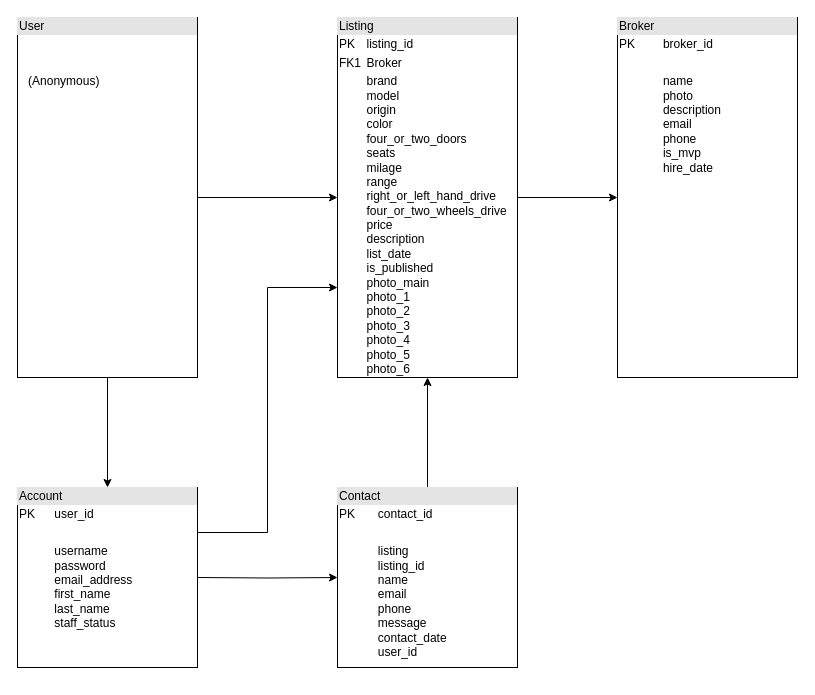
frankmok/PRJT keeps this draw.io diagram as uml/bcec.drawio. Above is the earlier version. Source tidied: cells renumbered, new cells numbered last; positions are measured from the earlier drawing's top-left corner, leaving out a move shared by most shapes. Both pictures are drawn from the tidied source at 100%, with x=0, y=0 at pixel (17, 17).
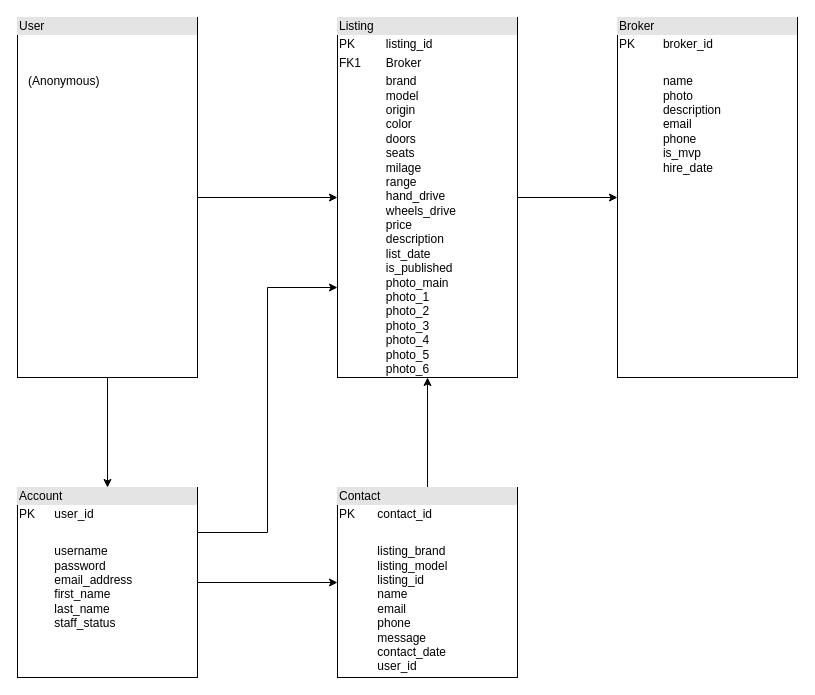
The same diagram, later.

Change to the diagram source:
```diff
@@
 <mxGraphModel>
   <root>
     <mxCell id="0" />
     <mxCell id="1" parent="0" />
     <mxCell id="2" style="edgeStyle=orthogonalEdgeStyle;rounded=0;jettySize=auto;html=1;exitX=1;exitY=0.5;exitDx=0;exitDy=0;entryX=0;entryY=0.5;entryDx=0;entryDy=0;" parent="1" edge="1" source="3" target="5">
       <mxGeometry relative="1" as="geometry" />
     </mxCell>
     <mxCell id="3" value="&lt;div style=&quot;box-sizing:border-box;width:100%;background:#e4e4e4;padding:2px;&quot;&gt;User&lt;/div&gt;&lt;table style=&quot;width:100%;font-size:1em;&quot; cellpadding=&quot;2&quot; cellspacing=&quot;0&quot;&gt;&lt;tbody&gt;&lt;tr&gt;&lt;td&gt;&lt;br&gt;&lt;/td&gt;&lt;td&gt;&lt;br&gt;&lt;/td&gt;&lt;/tr&gt;&lt;tr&gt;&lt;td&gt;&lt;br&gt;&lt;/td&gt;&lt;td&gt;&lt;br&gt;&lt;/td&gt;&lt;/tr&gt;&lt;tr&gt;&lt;td&gt;&lt;/td&gt;&lt;td&gt;(Anonymous)&lt;/td&gt;&lt;/tr&gt;&lt;/tbody&gt;&lt;/table&gt;" style="verticalAlign=top;align=left;overflow=fill;html=1;whiteSpace=wrap;" parent="1" vertex="1">
       <mxGeometry width="180" height="360" as="geometry" />
     </mxCell>
     <mxCell id="4" style="edgeStyle=orthogonalEdgeStyle;rounded=0;jettySize=auto;html=1;entryX=0;entryY=0.5;entryDx=0;entryDy=0;" parent="1" edge="1" source="5" target="8">
       <mxGeometry relative="1" as="geometry" />
     </mxCell>
-    <mxCell id="5" value="&lt;div style=&quot;box-sizing:border-box;width:100%;background:#e4e4e4;padding:2px;&quot;&gt;Listing&lt;/div&gt;&lt;table style=&quot;width:100%;font-size:1em;&quot; cellpadding=&quot;2&quot; cellspacing=&quot;0&quot;&gt;&lt;tbody&gt;&lt;tr&gt;&lt;td&gt;PK&lt;/td&gt;&lt;td&gt;listing_id&lt;/td&gt;&lt;/tr&gt;&lt;tr&gt;&lt;td&gt;FK1&lt;/td&gt;&lt;td&gt;Broker&lt;/td&gt;&lt;/tr&gt;&lt;tr&gt;&lt;td&gt;&lt;/td&gt;&lt;td&gt;brand&lt;br&gt;model&lt;br&gt;origin&lt;br&gt;color&lt;br&gt;four_or_two_doors&lt;br&gt;seats&lt;br&gt;milage&lt;br&gt;range&lt;br&gt;right_or_left_hand_drive&lt;br&gt;four_or_two_wheels_drive&lt;br&gt;price&lt;br&gt;description&lt;br&gt;list_date&lt;br&gt;is_published&lt;br&gt;photo_main&lt;br&gt;photo_1&lt;br&gt;photo_2&lt;br&gt;photo_3&lt;br&gt;photo_4&lt;br&gt;photo_5&lt;br&gt;photo_6&lt;/td&gt;&lt;/tr&gt;&lt;/tbody&gt;&lt;/table&gt;" style="verticalAlign=top;align=left;overflow=fill;html=1;whiteSpace=wrap;" parent="1" vertex="1">
+    <mxCell id="5" value="&lt;div style=&quot;box-sizing:border-box;width:100%;background:#e4e4e4;padding:2px;&quot;&gt;Listing&lt;/div&gt;&lt;table style=&quot;width:100%;font-size:1em;&quot; cellpadding=&quot;2&quot; cellspacing=&quot;0&quot;&gt;&lt;tbody&gt;&lt;tr&gt;&lt;td&gt;PK&lt;/td&gt;&lt;td&gt;listing_id&lt;/td&gt;&lt;/tr&gt;&lt;tr&gt;&lt;td&gt;FK1&lt;/td&gt;&lt;td&gt;Broker&lt;/td&gt;&lt;/tr&gt;&lt;tr&gt;&lt;td&gt;&lt;/td&gt;&lt;td&gt;brand&lt;br&gt;model&lt;br&gt;origin&lt;br&gt;color&lt;br&gt;doors&lt;br&gt;seats&lt;br&gt;milage&lt;br&gt;range&lt;br&gt;hand_drive&lt;br&gt;wheels_drive&lt;br&gt;price&lt;br&gt;description&lt;br&gt;list_date&lt;br&gt;is_published&lt;br&gt;photo_main&lt;br&gt;photo_1&lt;br&gt;photo_2&lt;br&gt;photo_3&lt;br&gt;photo_4&lt;br&gt;photo_5&lt;br&gt;photo_6&lt;/td&gt;&lt;/tr&gt;&lt;/tbody&gt;&lt;/table&gt;" style="verticalAlign=top;align=left;overflow=fill;html=1;whiteSpace=wrap;" parent="1" vertex="1">
       <mxGeometry x="320" width="180" height="360" as="geometry" />
     </mxCell>
     <mxCell id="6" style="edgeStyle=orthogonalEdgeStyle;rounded=0;jettySize=auto;html=1;entryX=0.5;entryY=1;entryDx=0;entryDy=0;" parent="1" edge="1" source="7" target="5">
       <mxGeometry relative="1" as="geometry" />
     </mxCell>
-    <mxCell id="7" value="&lt;div style=&quot;box-sizing:border-box;width:100%;background:#e4e4e4;padding:2px;&quot;&gt;Contact&lt;/div&gt;&lt;table style=&quot;width:100%;font-size:1em;&quot; cellpadding=&quot;2&quot; cellspacing=&quot;0&quot;&gt;&lt;tbody&gt;&lt;tr&gt;&lt;td&gt;PK&lt;/td&gt;&lt;td&gt;contact_id&lt;br&gt;&lt;/td&gt;&lt;/tr&gt;&lt;tr&gt;&lt;td&gt;&lt;br&gt;&lt;/td&gt;&lt;td&gt;&lt;br&gt;&lt;/td&gt;&lt;/tr&gt;&lt;tr&gt;&lt;td&gt;&lt;/td&gt;&lt;td&gt;listing&lt;br&gt;listing_id&lt;br&gt;name&lt;br&gt;email&lt;br&gt;phone&lt;br&gt;message&lt;br&gt;contact_date&lt;br&gt;user_id&lt;/td&gt;&lt;/tr&gt;&lt;/tbody&gt;&lt;/table&gt;" style="verticalAlign=top;align=left;overflow=fill;html=1;whiteSpace=wrap;" parent="1" vertex="1">
-      <mxGeometry x="320" y="470" width="180" height="180" as="geometry" />
+    <mxCell id="7" value="&lt;div style=&quot;box-sizing:border-box;width:100%;background:#e4e4e4;padding:2px;&quot;&gt;Contact&lt;/div&gt;&lt;table style=&quot;width:100%;font-size:1em;&quot; cellpadding=&quot;2&quot; cellspacing=&quot;0&quot;&gt;&lt;tbody&gt;&lt;tr&gt;&lt;td&gt;PK&lt;/td&gt;&lt;td&gt;contact_id&lt;br&gt;&lt;/td&gt;&lt;/tr&gt;&lt;tr&gt;&lt;td&gt;&lt;br&gt;&lt;/td&gt;&lt;td&gt;&lt;br&gt;&lt;/td&gt;&lt;/tr&gt;&lt;tr&gt;&lt;td&gt;&lt;/td&gt;&lt;td&gt;listing_brand&lt;br&gt;listing_model&lt;br&gt;listing_id&lt;br&gt;name&lt;br&gt;email&lt;br&gt;phone&lt;br&gt;message&lt;br&gt;contact_date&lt;br&gt;user_id&lt;/td&gt;&lt;/tr&gt;&lt;/tbody&gt;&lt;/table&gt;" style="verticalAlign=top;align=left;overflow=fill;html=1;whiteSpace=wrap;" parent="1" vertex="1">
+      <mxGeometry x="320" y="470" width="180" height="190" as="geometry" />
     </mxCell>
     <mxCell id="8" value="&lt;div style=&quot;box-sizing:border-box;width:100%;background:#e4e4e4;padding:2px;&quot;&gt;Broker&lt;/div&gt;&lt;table style=&quot;width:100%;font-size:1em;&quot; cellpadding=&quot;2&quot; cellspacing=&quot;0&quot;&gt;&lt;tbody&gt;&lt;tr&gt;&lt;td&gt;PK&lt;/td&gt;&lt;td&gt;broker_id&lt;/td&gt;&lt;/tr&gt;&lt;tr&gt;&lt;td&gt;&lt;br&gt;&lt;/td&gt;&lt;td&gt;&lt;br&gt;&lt;/td&gt;&lt;/tr&gt;&lt;tr&gt;&lt;td&gt;&lt;/td&gt;&lt;td&gt;name&lt;br&gt;photo&lt;br&gt;description&lt;br&gt;email&lt;br&gt;phone&lt;br&gt;is_mvp&lt;br&gt;hire_date&lt;/td&gt;&lt;/tr&gt;&lt;/tbody&gt;&lt;/table&gt;" style="verticalAlign=top;align=left;overflow=fill;html=1;whiteSpace=wrap;" parent="1" vertex="1">
       <mxGeometry x="600" width="180" height="360" as="geometry" />
     </mxCell>
     <mxCell id="9" value="&lt;div style=&quot;box-sizing:border-box;width:100%;background:#e4e4e4;padding:2px;&quot;&gt;Account&lt;/div&gt;&lt;table style=&quot;width:100%;font-size:1em;&quot; cellpadding=&quot;2&quot; cellspacing=&quot;0&quot;&gt;&lt;tbody&gt;&lt;tr&gt;&lt;td&gt;PK&lt;/td&gt;&lt;td&gt;user_id&lt;br&gt;&lt;/td&gt;&lt;/tr&gt;&lt;tr&gt;&lt;td&gt;&lt;br&gt;&lt;/td&gt;&lt;td&gt;&lt;br&gt;&lt;/td&gt;&lt;/tr&gt;&lt;tr&gt;&lt;td&gt;&lt;/td&gt;&lt;td&gt;username&lt;br&gt;password&lt;br&gt;email_address&lt;br&gt;first_name&lt;br&gt;last_name&lt;br&gt;staff_status&lt;/td&gt;&lt;/tr&gt;&lt;/tbody&gt;&lt;/table&gt;" style="verticalAlign=top;align=left;overflow=fill;html=1;whiteSpace=wrap;" parent="1" vertex="1">
-      <mxGeometry y="470" width="180" height="180" as="geometry" />
+      <mxGeometry y="470" width="180" height="190" as="geometry" />
     </mxCell>
     <mxCell id="10" style="edgeStyle=orthogonalEdgeStyle;rounded=0;jettySize=auto;html=1;exitX=0.5;exitY=1;exitDx=0;exitDy=0;" parent="1" edge="1" source="3" target="9">
       <mxGeometry relative="1" as="geometry" />
     </mxCell>
     <mxCell id="11" style="edgeStyle=orthogonalEdgeStyle;rounded=0;jettySize=auto;html=1;entryX=0;entryY=0.5;entryDx=0;entryDy=0;" parent="1" edge="1" target="7">
       <mxGeometry relative="1" as="geometry">
-        <mxPoint x="180" y="560" as="sourcePoint" />
+        <mxPoint x="180" y="565" as="sourcePoint" />
+        <Array as="points">
+          <mxPoint x="180" y="570" />
+          <mxPoint x="180" y="565" />
+        </Array>
       </mxGeometry>
     </mxCell>
     <mxCell id="12" style="edgeStyle=orthogonalEdgeStyle;rounded=0;jettySize=auto;html=1;exitX=1;exitY=0.25;exitDx=0;exitDy=0;entryX=0;entryY=0.75;entryDx=0;entryDy=0;" parent="1" edge="1" source="9" target="5">
       <mxGeometry relative="1" as="geometry">
         <Array as="points">
           <mxPoint x="250" y="515" />
           <mxPoint x="250" y="270" />
         </Array>
       </mxGeometry>
     </mxCell>
   </root>
 </mxGraphModel>
```
